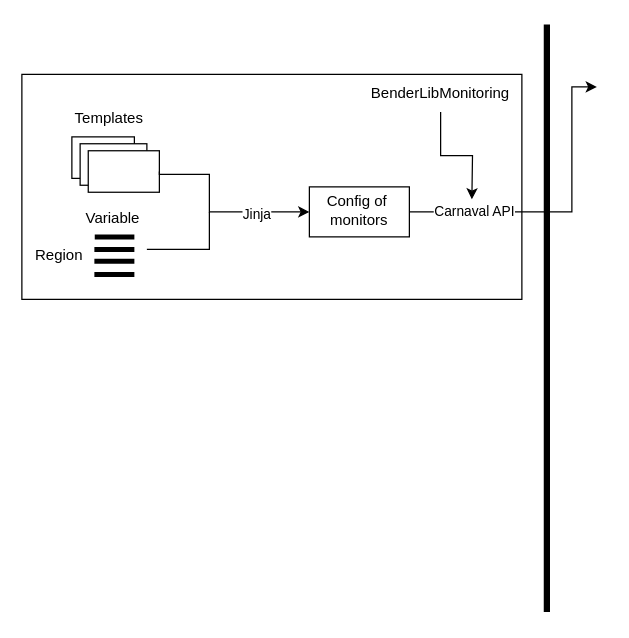
The draw.io diagram Untitled Diagram.drawio in AlanLoveCod1ng/temp, before the edit. Source tidied: cells renumbered, new cells numbered last; positions are measured from the earlier drawing's top-left corner, leaving out a move shared by most shapes. Both pictures are drawn from the tidied source at 125%, with x=0, y=0 at pixel (21, 24).
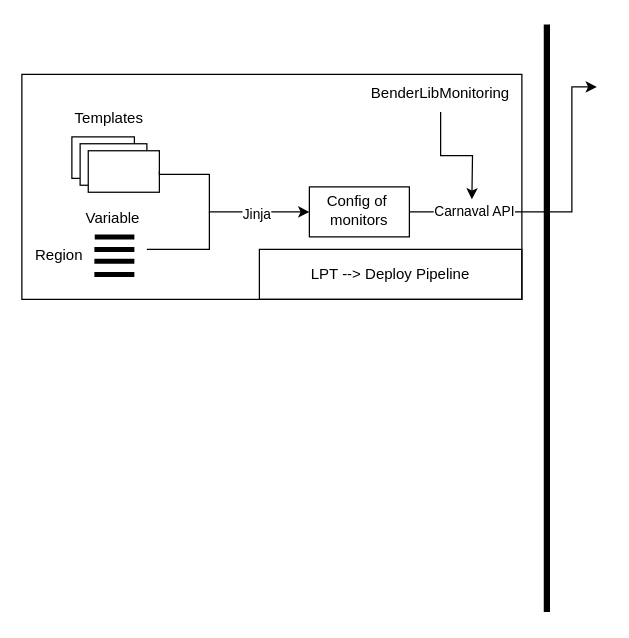
The same diagram, later.

Commit message:
updated current design

Unchanged cells that the change refers to:
```xml
<mxCell id="6" style="group;" parent="1" vertex="1">
  <mxGeometry y="40" width="400" height="240" as="geometry" />
</mxCell>
```

What changed in the source:
```diff
@@
+    <mxCell id="27" value="LPT --&amp;gt; Deploy Pipeline" style="rounded=0;whiteSpace=wrap;html=1;fillColor=none;" parent="6" vertex="1">
+      <mxGeometry x="190" y="140" width="210" height="40" as="geometry" />
+    </mxCell>
```
